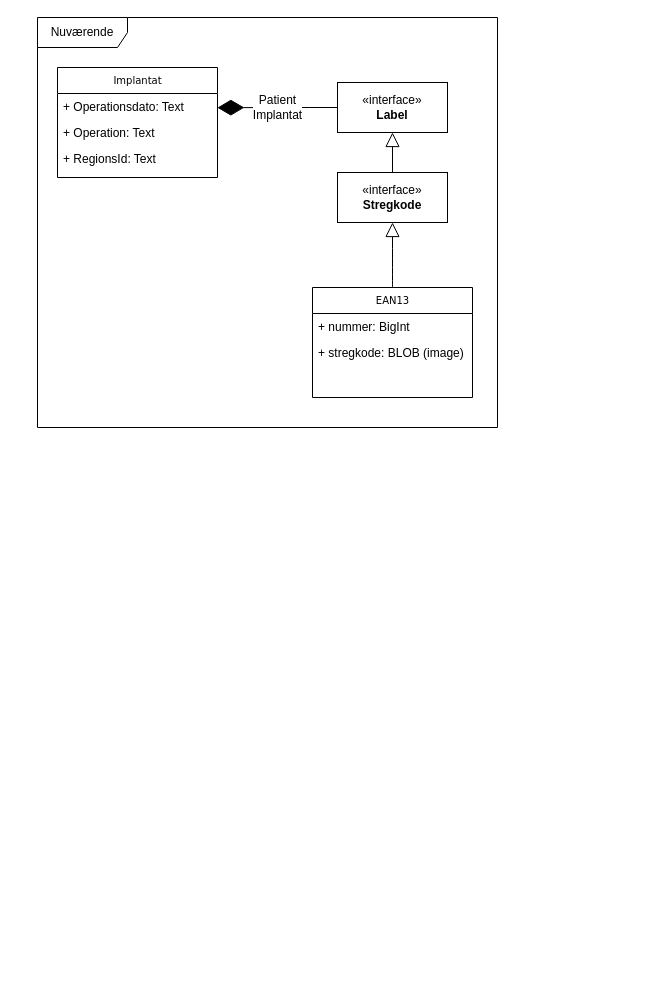
Above: data.drawio in andersbochr/ghintro2 (draw.io), before the change. Source tidied: cells renumbered, new cells numbered last; positions are measured from the earlier drawing's top-left corner, leaving out a move shared by most shapes. Both pictures are drawn from the tidied source at 100%, with x=0, y=0 at pixel (37, 17).
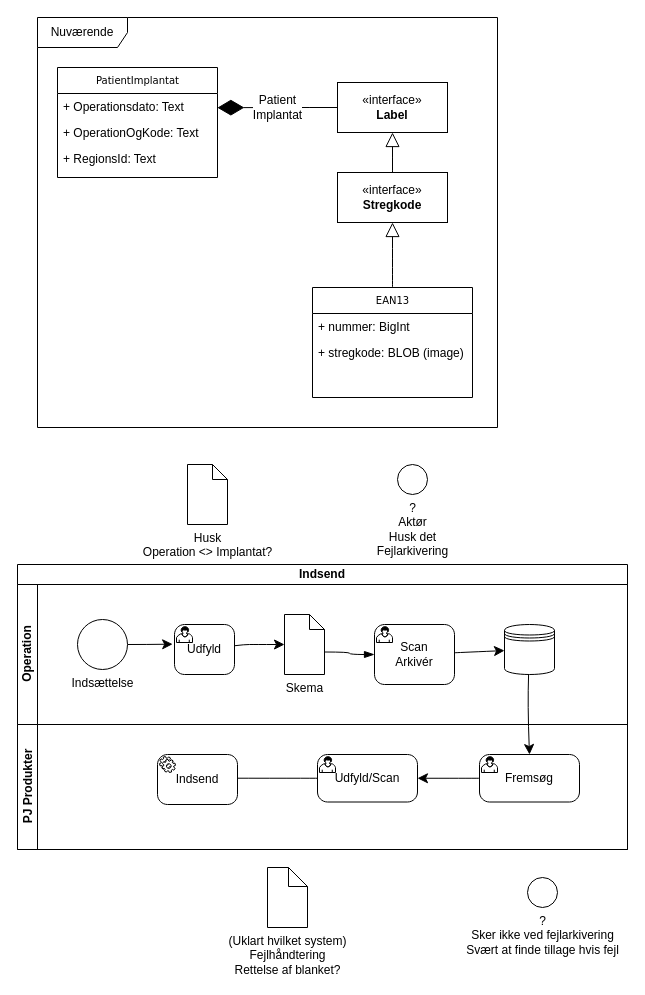
After the change.

Diff of the diagram source:
```diff
@@
     <mxCell id="2" style="edgeStyle=orthogonalEdgeStyle;rounded=0;html=1;dashed=1;labelBackgroundColor=none;startFill=0;endArrow=open;endFill=0;endSize=10;fontFamily=Verdana;fontSize=10;" parent="1" edge="1">
       <mxGeometry relative="1" as="geometry">
-        <mxPoint x="470" y="603" as="targetPoint" />
+        <mxPoint x="580" y="813" as="targetPoint" />
         <Array as="points">
-          <mxPoint x="470" y="501" />
+          <mxPoint x="580" y="711" />
         </Array>
       </mxGeometry>
     </mxCell>
     <mxCell id="3" style="edgeStyle=orthogonalEdgeStyle;rounded=0;html=1;dashed=1;labelBackgroundColor=none;startFill=0;endArrow=open;endFill=0;endSize=10;fontFamily=Verdana;fontSize=10;" parent="1" edge="1">
       <mxGeometry relative="1" as="geometry">
-        <mxPoint x="610" y="618" as="targetPoint" />
+        <mxPoint x="720" y="828" as="targetPoint" />
       </mxGeometry>
     </mxCell>
-    <mxCell id="4" value="Implantat" style="swimlane;html=1;fontStyle=0;horizontal=1;startSize=26;fillColor=none;swimlaneFillColor=#ffffff;rounded=0;shadow=0;comic=0;labelBackgroundColor=none;strokeWidth=1;fontFamily=Verdana;fontSize=10;align=center;" parent="1" vertex="1">
+    <mxCell id="4" value="PatientImplantat" style="swimlane;html=1;fontStyle=0;horizontal=1;startSize=26;fillColor=none;swimlaneFillColor=#ffffff;rounded=0;shadow=0;comic=0;labelBackgroundColor=none;strokeWidth=1;fontFamily=Verdana;fontSize=10;align=center;" parent="1" vertex="1">
       <mxGeometry x="20" y="50" width="160" height="110" as="geometry" />
     </mxCell>
@@
-    <mxCell id="6" value="+ Operation: Text" style="text;html=1;strokeColor=none;fillColor=none;align=left;verticalAlign=top;spacingLeft=4;spacingRight=4;whiteSpace=wrap;overflow=hidden;" parent="4" vertex="1">
+    <mxCell id="6" value="+ OperationOgKode: Text" style="text;html=1;strokeColor=none;fillColor=none;align=left;verticalAlign=top;spacingLeft=4;spacingRight=4;whiteSpace=wrap;overflow=hidden;" parent="4" vertex="1">
       <mxGeometry y="52" width="160" height="26" as="geometry" />
     </mxCell>
@@
     <mxCell id="8" style="edgeStyle=orthogonalEdgeStyle;rounded=0;html=1;dashed=1;labelBackgroundColor=none;startFill=0;endArrow=open;endFill=0;endSize=10;fontFamily=Verdana;fontSize=10;" parent="1" edge="1">
       <mxGeometry relative="1" as="geometry">
-        <mxPoint x="425" y="784" as="targetPoint" />
+        <mxPoint x="535" y="994" as="targetPoint" />
         <Array as="points">
-          <mxPoint x="425" y="750" />
-          <mxPoint x="425" y="750" />
+          <mxPoint x="535" y="960" />
+          <mxPoint x="535" y="960" />
         </Array>
       </mxGeometry>
     </mxCell>
     <mxCell id="9" style="edgeStyle=orthogonalEdgeStyle;rounded=0;html=1;dashed=1;labelBackgroundColor=none;startFill=0;endArrow=open;endFill=0;endSize=10;fontFamily=Verdana;fontSize=10;" parent="1" edge="1">
       <mxGeometry relative="1" as="geometry">
-        <mxPoint x="370" y="809" as="targetPoint" />
+        <mxPoint x="480" y="1019" as="targetPoint" />
         <Array as="points">
-          <mxPoint x="290" y="809" />
-          <mxPoint x="290" y="809" />
+          <mxPoint x="400" y="1019" />
+          <mxPoint x="400" y="1019" />
         </Array>
       </mxGeometry>
     </mxCell>
     <mxCell id="10" style="edgeStyle=orthogonalEdgeStyle;rounded=0;html=1;dashed=1;labelBackgroundColor=none;startFill=0;endArrow=open;endFill=0;endSize=10;fontFamily=Verdana;fontSize=10;" parent="1" edge="1">
       <mxGeometry relative="1" as="geometry">
-        <mxPoint x="565" y="80" as="targetPoint" />
+        <mxPoint x="675" y="290" as="targetPoint" />
       </mxGeometry>
     </mxCell>
@@
+    <mxCell id="20" value="Indsend" style="swimlane;html=1;horizontal=1;startSize=20;whiteSpace=wrap;" parent="1" vertex="1">
+      <mxGeometry x="-20" y="547" width="610" height="285" as="geometry" />
+    </mxCell>
+    <mxCell id="21" value="Operation" style="swimlane;html=1;startSize=20;horizontal=0;" parent="20" vertex="1">
+      <mxGeometry y="20" width="610" height="140" as="geometry" />
+    </mxCell>
+    <mxCell id="22" style="shape=datastore;html=1;labelPosition=center;verticalLabelPosition=bottom;align=center;verticalAlign=top;" parent="21" vertex="1">
+      <mxGeometry x="487" y="40" width="50" height="50" as="geometry" />
+    </mxCell>
+    <mxCell id="23" value="Udfyld" style="points=[[0.25,0,0],[0.5,0,0],[0.75,0,0],[1,0.25,0],[1,0.5,0],[1,0.75,0],[0.75,1,0],[0.5,1,0],[0.25,1,0],[0,0.75,0],[0,0.5,0],[0,0.25,0]];shape=mxgraph.bpmn.task;whiteSpace=wrap;rectStyle=rounded;size=10;html=1;taskMarker=user;" parent="21" vertex="1">
+      <mxGeometry x="157" y="40" width="60" height="50" as="geometry" />
+    </mxCell>
+    <mxCell id="24" style="edgeStyle=none;curved=1;rounded=0;jettySize=auto;html=1;fontSize=12;startSize=8;endSize=8;" parent="21" edge="1" source="25" target="22">
+      <mxGeometry relative="1" as="geometry" />
+    </mxCell>
+    <mxCell id="25" value="Scan&lt;div&gt;Arkivér&lt;/div&gt;" style="points=[[0.25,0,0],[0.5,0,0],[0.75,0,0],[1,0.25,0],[1,0.5,0],[1,0.75,0],[0.75,1,0],[0.5,1,0],[0.25,1,0],[0,0.75,0],[0,0.5,0],[0,0.25,0]];shape=mxgraph.bpmn.task;whiteSpace=wrap;rectStyle=rounded;size=10;html=1;taskMarker=user;" parent="21" vertex="1">
+      <mxGeometry x="357" y="40" width="80" height="60" as="geometry" />
+    </mxCell>
+    <mxCell id="26" value="Skema" style="shape=mxgraph.bpmn.data;labelPosition=center;verticalLabelPosition=bottom;align=center;verticalAlign=top;size=15;html=1;" parent="21" vertex="1">
+      <mxGeometry x="267" y="30" width="40" height="60" as="geometry" />
+    </mxCell>
+    <mxCell id="27" style="edgeStyle=none;curved=1;rounded=0;jettySize=auto;html=1;fontSize=12;startSize=8;endSize=8;" parent="21" edge="1" source="23" target="26">
+      <mxGeometry relative="1" as="geometry">
+        <Array as="points">
+          <mxPoint x="227" y="60" />
+          <mxPoint x="237" y="60" />
+        </Array>
+      </mxGeometry>
+    </mxCell>
+    <mxCell id="28" style="edgeStyle=elbowEdgeStyle;fontSize=12;html=1;endArrow=blockThin;endFill=1;rounded=0;startSize=8;endSize=8;curved=1;exitX=0;exitY=0;exitDx=40;exitDy=37.5;exitPerimeter=0;entryX=0;entryY=0.5;entryDx=0;entryDy=0;entryPerimeter=0;" parent="21" edge="1" source="26" target="25">
+      <mxGeometry relative="1" as="geometry" />
+    </mxCell>
+    <mxCell id="29" style="edgeStyle=none;curved=1;rounded=0;jettySize=auto;html=1;fontSize=12;startSize=8;endSize=8;entryX=-0.031;entryY=0.393;entryDx=0;entryDy=0;entryPerimeter=0;" parent="21" edge="1" source="30" target="23">
+      <mxGeometry relative="1" as="geometry">
+        <Array as="points">
+          <mxPoint x="130" y="60" />
+        </Array>
+      </mxGeometry>
+    </mxCell>
+    <mxCell id="30" value="Indsættelse" style="points=[[0.145,0.145,0],[0.5,0,0],[0.855,0.145,0],[1,0.5,0],[0.855,0.855,0],[0.5,1,0],[0.145,0.855,0],[0,0.5,0]];shape=mxgraph.bpmn.event;html=1;verticalLabelPosition=bottom;labelBackgroundColor=#ffffff;verticalAlign=top;align=center;perimeter=ellipsePerimeter;outlineConnect=0;outline=standard;symbol=general;" parent="21" vertex="1">
+      <mxGeometry x="60" y="35" width="50" height="50" as="geometry" />
+    </mxCell>
+    <mxCell id="31" value="PJ Produkter" style="swimlane;html=1;startSize=20;horizontal=0;" parent="20" vertex="1">
+      <mxGeometry y="160" width="610" height="125" as="geometry" />
+    </mxCell>
+    <mxCell id="32" style="edgeStyle=none;curved=1;rounded=0;jettySize=auto;html=1;fontSize=12;startSize=8;endSize=8;" parent="31" edge="1" source="33" target="35">
+      <mxGeometry relative="1" as="geometry" />
+    </mxCell>
+    <mxCell id="33" value="Fremsøg" style="points=[[0.25,0,0],[0.5,0,0],[0.75,0,0],[1,0.25,0],[1,0.5,0],[1,0.75,0],[0.75,1,0],[0.5,1,0],[0.25,1,0],[0,0.75,0],[0,0.5,0],[0,0.25,0]];shape=mxgraph.bpmn.task;whiteSpace=wrap;rectStyle=rounded;size=10;html=1;taskMarker=user;" parent="31" vertex="1">
+      <mxGeometry x="462" y="30" width="100" height="47.5" as="geometry" />
+    </mxCell>
+    <mxCell id="34" style="edgeStyle=none;curved=1;rounded=0;jettySize=auto;html=1;fontSize=12;startSize=8;endSize=8;" parent="31" edge="1" source="35">
+      <mxGeometry relative="1" as="geometry">
+        <mxPoint x="170" y="53.7" as="targetPoint" />
+      </mxGeometry>
+    </mxCell>
+    <mxCell id="35" value="Udfyld/Scan" style="points=[[0.25,0,0],[0.5,0,0],[0.75,0,0],[1,0.25,0],[1,0.5,0],[1,0.75,0],[0.75,1,0],[0.5,1,0],[0.25,1,0],[0,0.75,0],[0,0.5,0],[0,0.25,0]];shape=mxgraph.bpmn.task;whiteSpace=wrap;rectStyle=rounded;size=10;html=1;taskMarker=user;" parent="31" vertex="1">
+      <mxGeometry x="300" y="30" width="100" height="47.5" as="geometry" />
+    </mxCell>
+    <mxCell id="36" value="Indsend" style="shape=mxgraph.bpmn.task;whiteSpace=wrap;rectStyle=rounded;size=10;html=1;taskMarker=service;" parent="31" vertex="1">
+      <mxGeometry x="140" y="30" width="80" height="50" as="geometry" />
+    </mxCell>
+    <mxCell id="37" style="edgeStyle=none;curved=1;rounded=0;jettySize=auto;html=1;fontSize=12;startSize=8;endSize=8;entryX=0.5;entryY=0;entryDx=0;entryDy=0;entryPerimeter=0;" parent="20" edge="1" source="22" target="33">
+      <mxGeometry relative="1" as="geometry">
+        <Array as="points">
+          <mxPoint x="510" y="140" />
+        </Array>
+      </mxGeometry>
+    </mxCell>
+    <mxCell id="38" value="&lt;div&gt;Husk&lt;/div&gt;Operation &amp;lt;&amp;gt; Implantat?" style="shape=mxgraph.bpmn.data;labelPosition=center;verticalLabelPosition=bottom;align=center;verticalAlign=top;size=15;html=1;" parent="1" vertex="1">
+      <mxGeometry x="150" y="447" width="40" height="60" as="geometry" />
+    </mxCell>
+    <mxCell id="39" value="?&lt;div&gt;Aktør&lt;/div&gt;&lt;div&gt;Husk det&lt;/div&gt;&lt;div&gt;Fejlarkivering&lt;/div&gt;" style="shape=mxgraph.bpmn.event;html=1;verticalLabelPosition=bottom;labelBackgroundColor=#ffffff;verticalAlign=top;align=center;perimeter=ellipsePerimeter;outline=standard;symbol=general;" parent="1" vertex="1">
+      <mxGeometry x="360" y="447" width="30" height="30" as="geometry" />
+    </mxCell>
+    <mxCell id="40" value="?&lt;div&gt;Sker ikke ved fejlarkivering&lt;br&gt;&lt;div&gt;Svært at finde tillage hvis fejl&lt;/div&gt;&lt;/div&gt;" style="shape=mxgraph.bpmn.event;html=1;verticalLabelPosition=bottom;labelBackgroundColor=#ffffff;verticalAlign=top;align=center;perimeter=ellipsePerimeter;outline=standard;symbol=general;" parent="1" vertex="1">
+      <mxGeometry x="490" y="860" width="30" height="30" as="geometry" />
+    </mxCell>
+    <mxCell id="41" value="&lt;div&gt;(Uklart hvilket system)&lt;/div&gt;Fejlhåndtering&lt;div&gt;Rettelse af blanket?&lt;/div&gt;" style="shape=mxgraph.bpmn.data;labelPosition=center;verticalLabelPosition=bottom;align=center;verticalAlign=top;size=19;html=1;" parent="1" vertex="1">
+      <mxGeometry x="230" y="850" width="40" height="60" as="geometry" />
+    </mxCell>
```
